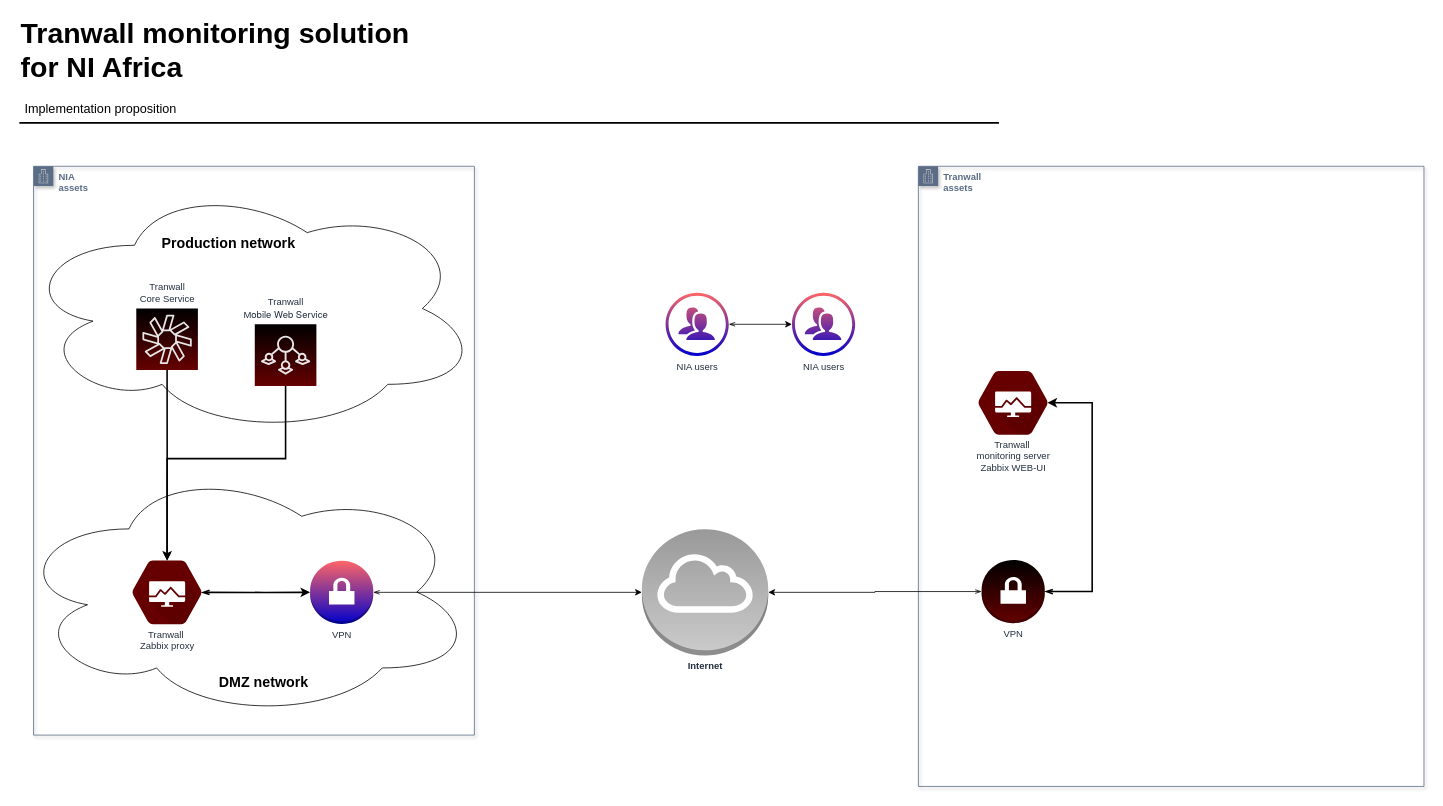
Above: NIA monitoting solution.drawio in 7ak/draw.io (draw.io), before the change. Source tidied: cells renumbered, new cells numbered last; positions are measured from the earlier drawing's top-left corner, leaving out a move shared by most shapes. Both pictures are drawn from the tidied source at 79%, with x=0, y=0 at pixel (13, 13).
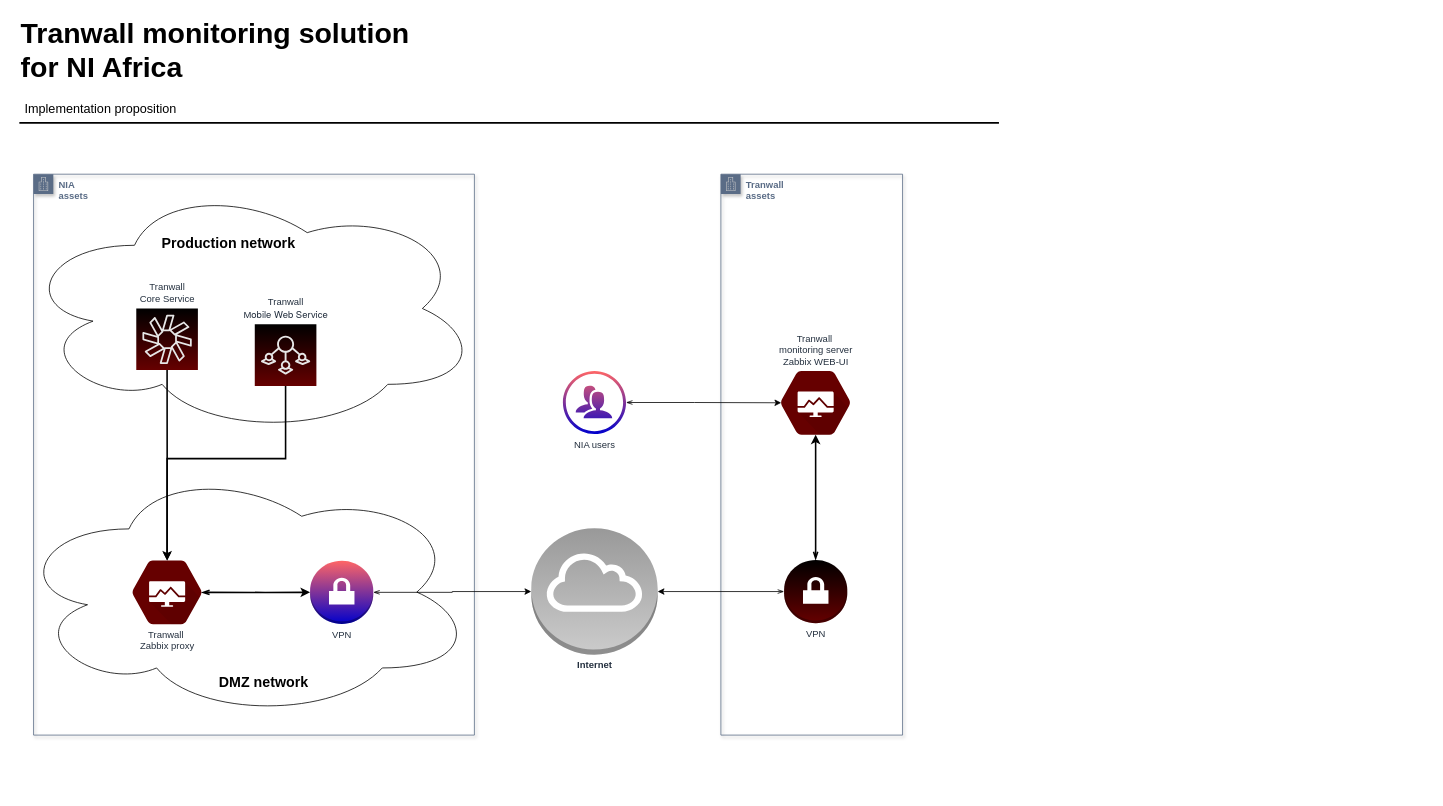
Above is the later version.

Diff of the diagram source:
```diff
@@
     <mxCell id="2" value="NIA &lt;br&gt;assets" style="gradientColor=#ffffff;html=1;whiteSpace=wrap;fontSize=12;fontStyle=1;shape=mxgraph.aws4.group;grIcon=mxgraph.aws4.group_corporate_data_center;strokeColor=#5A6C86;fillColor=none;verticalAlign=top;align=left;spacingLeft=30;fontColor=#5A6C86;dashed=0;shadow=1;" parent="1" vertex="1">
-      <mxGeometry x="25" y="193" width="558" height="720" as="geometry" />
+      <mxGeometry x="25" y="203" width="558" height="710" as="geometry" />
     </mxCell>
@@
     <mxCell id="6" value="Tranwall&lt;br&gt;assets" style="gradientColor=#ffffff;html=1;whiteSpace=wrap;fontSize=12;fontStyle=1;shape=mxgraph.aws4.group;grIcon=mxgraph.aws4.group_corporate_data_center;strokeColor=#5A6C86;fillColor=none;verticalAlign=top;align=left;spacingLeft=30;fontColor=#5A6C86;dashed=0;shadow=1;" parent="1" vertex="1">
-      <mxGeometry x="1145" y="193" width="640" height="785" as="geometry" />
+      <mxGeometry x="895" y="203" width="230" height="710" as="geometry" />
     </mxCell>
-    <mxCell id="7" style="edgeStyle=orthogonalEdgeStyle;rounded=0;jettySize=auto;html=1;startArrow=openThin;startFill=0;fontSize=18;" parent="1" edge="1" source="8" target="9">
+    <mxCell id="7" style="edgeStyle=orthogonalEdgeStyle;rounded=0;jettySize=auto;html=1;startArrow=openThin;startFill=0;fontSize=18;entryX=0.175;entryY=0.5;entryDx=0;entryDy=0;entryPerimeter=0;" parent="1" edge="1" source="8" target="24">
       <mxGeometry relative="1" as="geometry" />
     </mxCell>
     <mxCell id="8" value="NIA users" style="verticalLabelPosition=bottom;html=1;fillColor=#0000CC;verticalAlign=top;align=center;points=[[0.25,0,0],[0.5,0,0],[0.75,0,0],[1,0.5,0],[0.75,1,0],[0.5,1,0],[0.25,1,0],[0,0.5,0],[0.125,0.25,0],[0.125,0.75,0],[0.875,0.25,0],[0.875,0.75,0]];shape=mxgraph.cisco_safe.design.users;dashed=0;fontColor=#232F3E;fontStyle=0;strokeColor=#ffffff;gradientColor=#FF6666;gradientDirection=north;labelBackgroundColor=none;" parent="1" vertex="1">
-      <mxGeometry x="825" y="353" width="80" height="80" as="geometry" />
+      <mxGeometry x="695" y="452" width="80" height="80" as="geometry" />
     </mxCell>
-    <mxCell id="9" value="NIA users" style="verticalLabelPosition=bottom;html=1;fillColor=#0000CC;verticalAlign=top;align=center;points=[[0.25,0,0],[0.5,0,0],[0.75,0,0],[1,0.5,0],[0.75,1,0],[0.5,1,0],[0.25,1,0],[0,0.5,0],[0.125,0.25,0],[0.125,0.75,0],[0.875,0.25,0],[0.875,0.75,0]];shape=mxgraph.cisco_safe.design.users;dashed=0;fontColor=#232F3E;fontStyle=0;strokeColor=#ffffff;gradientColor=#FF6666;gradientDirection=north;labelBackgroundColor=none;" parent="1" vertex="1">
-      <mxGeometry x="985" y="353" width="80" height="80" as="geometry" />
-    </mxCell>
@@
-    <mxCell id="21" style="edgeStyle=orthogonalEdgeStyle;rounded=0;jettySize=auto;html=1;startArrow=openThin;startFill=0;fontSize=18;entryX=0.825;entryY=0.5;entryDx=0;entryDy=0;entryPerimeter=0;strokeWidth=2;" parent="1" edge="1" source="22" target="24">
-      <mxGeometry relative="1" as="geometry">
-        <Array as="points">
-          <mxPoint x="1365" y="732" />
-          <mxPoint x="1365" y="492" />
-        </Array>
-      </mxGeometry>
+    <mxCell id="21" style="edgeStyle=orthogonalEdgeStyle;rounded=0;jettySize=auto;html=1;startArrow=openThin;startFill=0;fontSize=18;entryX=0.5;entryY=0.84;entryDx=0;entryDy=0;entryPerimeter=0;strokeWidth=2;" parent="1" edge="1" source="22" target="24">
+      <mxGeometry relative="1" as="geometry" />
     </mxCell>
     <mxCell id="22" value="VPN" style="outlineConnect=0;dashed=0;verticalLabelPosition=bottom;verticalAlign=top;align=center;html=1;shape=mxgraph.aws3.vpn_gateway;fillColor=#660000;gradientColor=#000000;fontColor=#232F3E;fontStyle=0;strokeColor=#E6E6E6;gradientDirection=north;labelBackgroundColor=none;shadow=0;spacing=2;spacingTop=0;" parent="1" vertex="1">
-      <mxGeometry x="1225" y="691.3" width="80" height="80" as="geometry" />
+      <mxGeometry x="975" y="691.3" width="80" height="80" as="geometry" />
     </mxCell>
     <mxCell id="23" value="Internet" style="outlineConnect=0;dashed=0;verticalLabelPosition=bottom;verticalAlign=top;align=center;html=1;shape=mxgraph.aws3.internet_gateway;fillColor=#CCCCCC;gradientColor=#999999;fontSize=12;fontColor=#232F3E;fontStyle=1;strokeColor=#ffffff;gradientDirection=north;" parent="1" vertex="1">
-      <mxGeometry x="795" y="652.3" width="160" height="160" as="geometry" />
+      <mxGeometry x="655" y="651.3" width="160" height="160" as="geometry" />
     </mxCell>
-    <mxCell id="24" value="Tranwall&amp;nbsp;&lt;br&gt;monitoring server&lt;br&gt;Zabbix WEB-UI" style="html=1;fillColor=#660000;strokeColor=#E6E6E6;verticalAlign=top;labelPosition=center;verticalLabelPosition=bottom;align=center;spacingTop=0;fontSize=12;fontStyle=0;fontColor=#232F3E;shape=mxgraph.gcp2.hexIcon;prIcon=cloud_deployment_manager;shadow=0;dashed=0;gradientColor=#000000;gradientDirection=north;spacing=-18;" parent="1" vertex="1">
-      <mxGeometry x="1198" y="433" width="133.9" height="118.7" as="geometry" />
+    <mxCell id="24" value="Tranwall&amp;nbsp;&lt;br&gt;monitoring server&lt;br&gt;Zabbix WEB-UI" style="html=1;fillColor=#660000;strokeColor=#E6E6E6;verticalAlign=bottom;labelPosition=center;verticalLabelPosition=top;align=center;spacingTop=0;fontSize=12;fontStyle=0;fontColor=#232F3E;shape=mxgraph.gcp2.hexIcon;prIcon=cloud_deployment_manager;shadow=0;dashed=0;gradientColor=#000000;gradientDirection=north;spacing=-15;" parent="1" vertex="1">
+      <mxGeometry x="948" y="433" width="133.9" height="118.7" as="geometry" />
     </mxCell>
```
